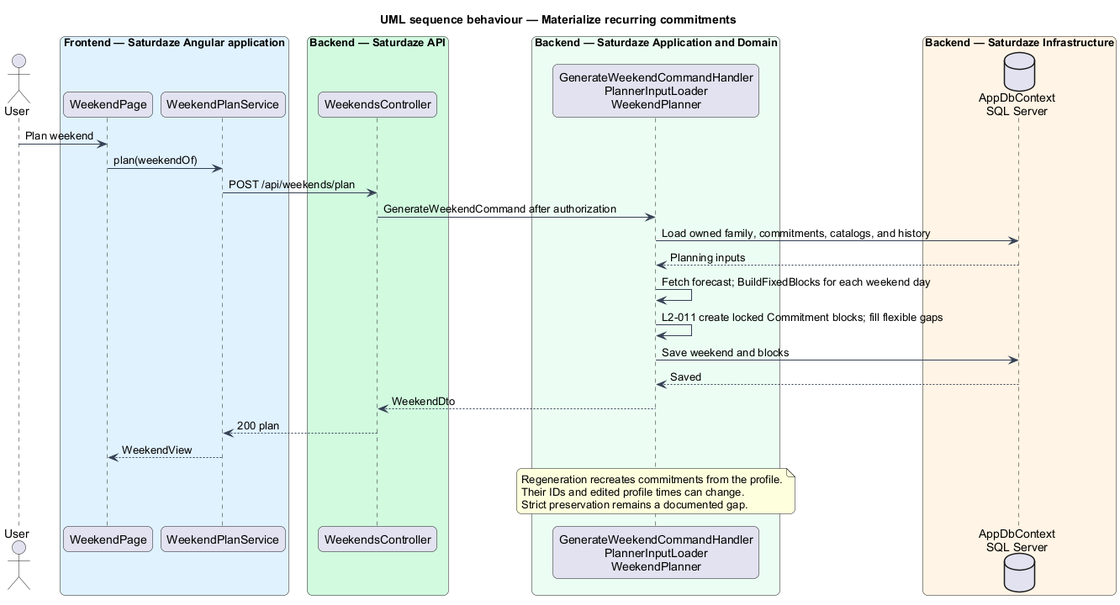
The PlantUML diagram docs/detailed-designs/family-profile/materialize-commitments/diagrams/sequence-commitments.png in QuinntyneBrown/saturdaze, before a commit.
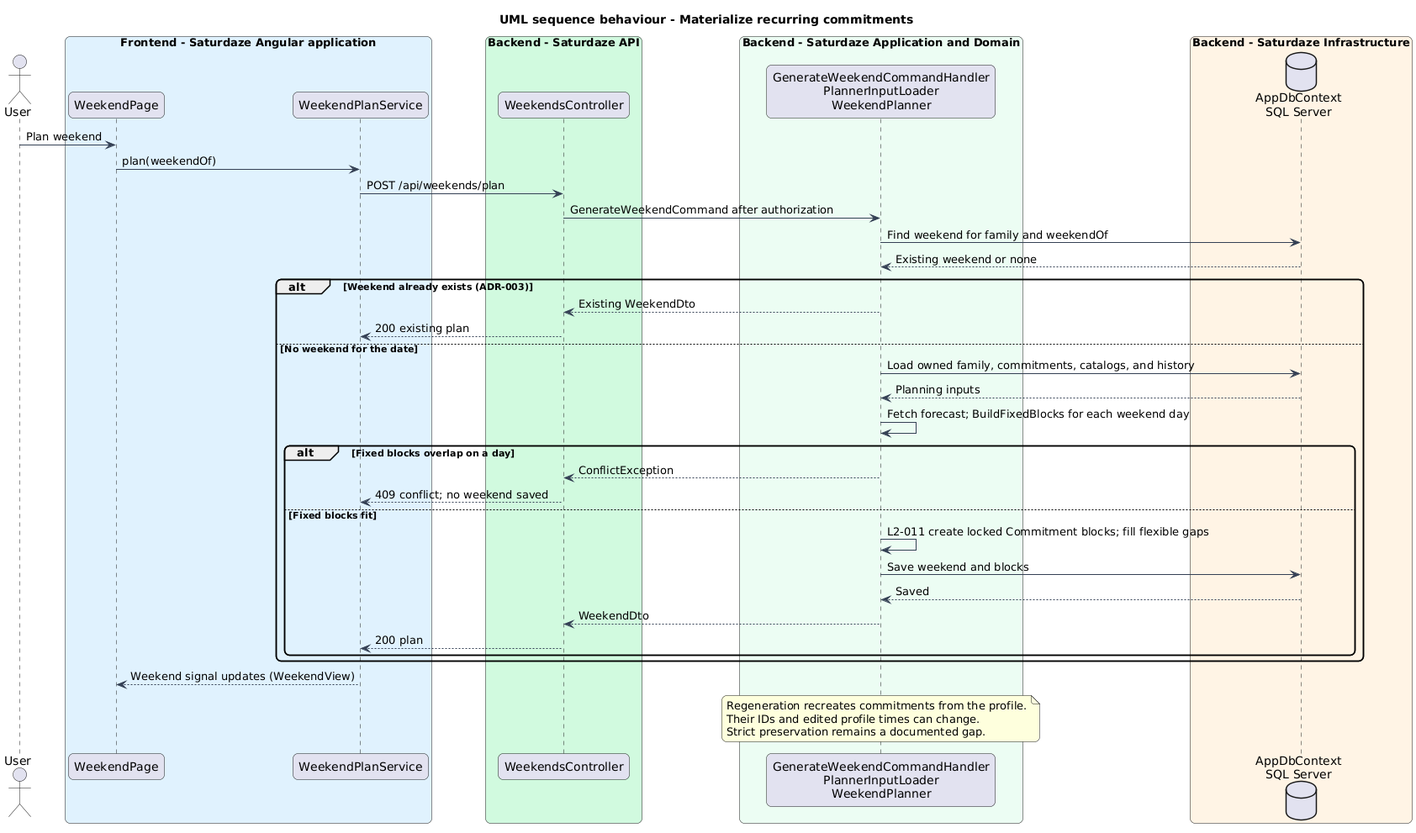
The same diagram one commit later.

Change to the diagram source:
```diff
@@ -1,37 +1,49 @@
 @startuml
-title UML sequence behaviour — Materialize recurring commitments
+title UML sequence behaviour - Materialize recurring commitments
 skinparam backgroundColor #FFFFFF
 skinparam shadowing false
 skinparam roundcorner 12
 skinparam defaultFontName Arial
 skinparam ArrowColor #344054
 actor "User" as actor
-box "Frontend — Saturdaze Angular application" #E0F2FE
+box "Frontend - Saturdaze Angular application" #E0F2FE
  participant "WeekendPage" as page
  participant "WeekendPlanService" as client
 end box
-box "Backend — Saturdaze API" #D1FADF
+box "Backend - Saturdaze API" #D1FADF
  participant "WeekendsController" as controller
 end box
-box "Backend — Saturdaze Application and Domain" #ECFDF3
+box "Backend - Saturdaze Application and Domain" #ECFDF3
  participant "GenerateWeekendCommandHandler\nPlannerInputLoader\nWeekendPlanner" as handler
 end box
-box "Backend — Saturdaze Infrastructure" #FFF4E5
+box "Backend - Saturdaze Infrastructure" #FFF4E5
  database "AppDbContext\nSQL Server" as db
 end box
 actor -> page : Plan weekend
 page -> client : plan(weekendOf)
 client -> controller : POST /api/weekends/plan
 controller -> handler : GenerateWeekendCommand after authorization
-handler -> db : Load owned family, commitments, catalogs, and history
-db --> handler : Planning inputs
-handler -> handler : Fetch forecast; BuildFixedBlocks for each weekend day
-handler -> handler : L2-011 create locked Commitment blocks; fill flexible gaps
-handler -> db : Save weekend and blocks
-db --> handler : Saved
-handler --> controller : WeekendDto
-controller --> client : 200 plan
-client --> page : WeekendView
+handler -> db : Find weekend for family and weekendOf
+db --> handler : Existing weekend or none
+alt Weekend already exists (ADR-003)
+ handler --> controller : Existing WeekendDto
+ controller --> client : 200 existing plan
+else No weekend for the date
+ handler -> db : Load owned family, commitments, catalogs, and history
+ db --> handler : Planning inputs
+ handler -> handler : Fetch forecast; BuildFixedBlocks for each weekend day
+ alt Fixed blocks overlap on a day
+  handler --> controller : ConflictException
+  controller --> client : 409 conflict; no weekend saved
+ else Fixed blocks fit
+  handler -> handler : L2-011 create locked Commitment blocks; fill flexible gaps
+  handler -> db : Save weekend and blocks
+  db --> handler : Saved
+  handler --> controller : WeekendDto
+  controller --> client : 200 plan
+ end
+end
+client --> page : Weekend signal updates (WeekendView)
 note over handler
 Regeneration recreates commitments from the profile.
 Their IDs and edited profile times can change.
```
